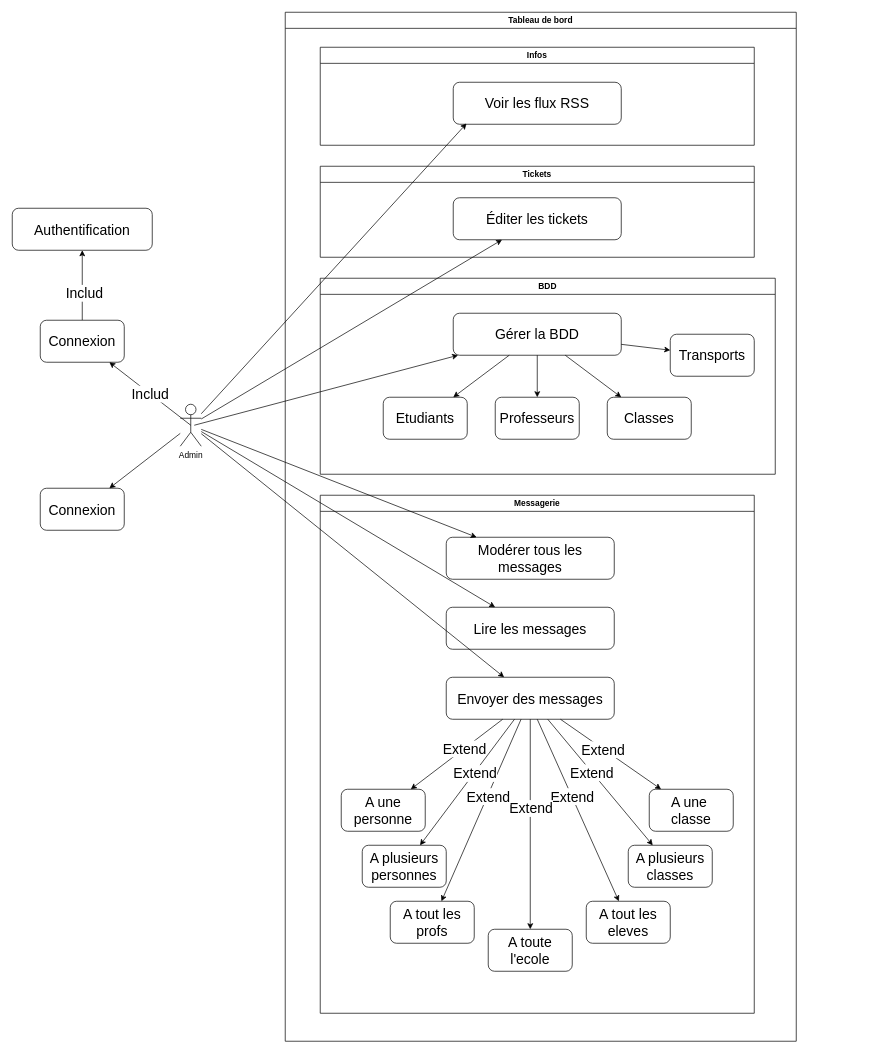
This is DCU_admin.drawio from LePetitMoka/Retards-ecole, a draw.io file, before an edit. Source tidied: cells renumbered, new cells numbered last; positions are measured from the earlier drawing's top-left corner, leaving out a move shared by most shapes. Both pictures are drawn from the tidied source at 70%, with x=0, y=0 at pixel (12, 12).
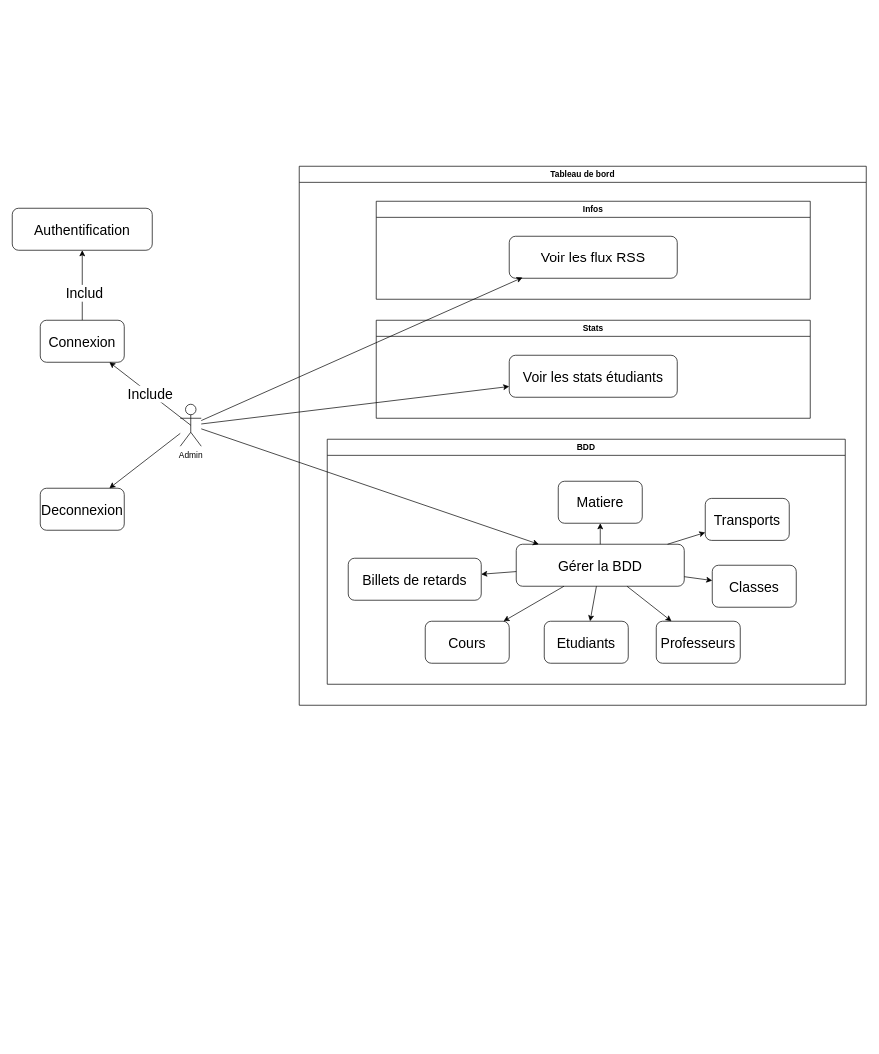
Above is the later version.

Commit message:
Mettre à jour DCU_admin.drawio

The change refers to these unchanged cells:
```xml
<mxCell id="2" value="&lt;div&gt;Admin&lt;/div&gt;" style="shape=umlActor;verticalLabelPosition=bottom;verticalAlign=top;html=1;outlineConnect=0;" parent="1" vertex="1">
  <mxGeometry x="240" y="560" width="30" height="60" as="geometry" />
</mxCell>
<mxCell id="7" style="endArrow=classic;html=1;rounded=0;fontSize=20;exitX=0.5;exitY=0.5;exitDx=0;exitDy=0;exitPerimeter=0;" parent="1" edge="1" source="2" target="5">
  <mxGeometry relative="1" as="geometry" />
</mxCell>
```

What changed in the source:
```diff
@@
-    <mxCell id="8" value="Includ" style="edgeLabel;html=1;align=center;verticalAlign=middle;fontSize=20;" parent="7" vertex="1">
+    <mxCell id="8" value="Include" style="edgeLabel;html=1;align=center;verticalAlign=middle;fontSize=20;" parent="7" vertex="1">
       <mxGeometry relative="1" as="geometry" />
     </mxCell>
-    <mxCell id="9" value="&lt;div align=&quot;justify&quot;&gt;&lt;font style=&quot;font-size: 20px;&quot;&gt;Connexion&lt;/font&gt;&lt;/div&gt;" style="rounded=1;whiteSpace=wrap;html=1;fontSize=20;" parent="1" vertex="1">
+    <mxCell id="9" value="&lt;div align=&quot;justify&quot;&gt;&lt;font style=&quot;font-size: 20px;&quot;&gt;Deconnexion&lt;/font&gt;&lt;/div&gt;" style="rounded=1;whiteSpace=wrap;html=1;fontSize=20;" parent="1" vertex="1">
       <mxGeometry x="40" y="680" width="120" height="60" as="geometry" />
     </mxCell>
@@
     <mxCell id="11" value="Tableau de bord" style="swimlane;" parent="1" vertex="1">
-      <mxGeometry x="390" width="730" height="1470" as="geometry" />
+      <mxGeometry x="410" y="220" width="810" height="770" as="geometry" />
     </mxCell>
     <mxCell id="12" value="Infos" style="swimlane;startSize=23;" parent="11" vertex="1">
-      <mxGeometry x="50" y="50" width="620" height="140" as="geometry" />
+      <mxGeometry x="110" y="50" width="620" height="140" as="geometry" />
     </mxCell>
@@
-    <mxCell id="14" value="Tickets" style="swimlane;" parent="11" vertex="1">
-      <mxGeometry x="50" y="220" width="620" height="130" as="geometry" />
-    </mxCell>
-    <mxCell id="15" value="Éditer les tickets" style="rounded=1;whiteSpace=wrap;html=1;fontSize=20;" parent="14" vertex="1">
-      <mxGeometry x="190" y="45" width="240" height="60" as="geometry" />
-    </mxCell>
     <mxCell id="16" value="BDD" style="swimlane;" parent="11" vertex="1">
-      <mxGeometry x="50" y="380" width="650" height="280" as="geometry" />
+      <mxGeometry x="40" y="390" width="740" height="350" as="geometry" />
     </mxCell>
     <mxCell id="17" value="Gérer la BDD" style="rounded=1;whiteSpace=wrap;html=1;fontSize=20;" parent="16" vertex="1">
-      <mxGeometry x="190" y="50" width="240" height="60" as="geometry" />
+      <mxGeometry x="270" y="150" width="240" height="60" as="geometry" />
     </mxCell>
     <mxCell id="18" value="Etudiants" style="rounded=1;whiteSpace=wrap;html=1;fontSize=20;" parent="16" vertex="1">
-      <mxGeometry x="90" y="170" width="120" height="60" as="geometry" />
+      <mxGeometry x="310" y="260" width="120" height="60" as="geometry" />
     </mxCell>
     <mxCell id="19" value="Professeurs" style="rounded=1;whiteSpace=wrap;html=1;fontSize=20;" parent="16" vertex="1">
-      <mxGeometry x="250" y="170" width="120" height="60" as="geometry" />
+      <mxGeometry x="470" y="260" width="120" height="60" as="geometry" />
     </mxCell>
     <mxCell id="20" value="Classes" style="rounded=1;whiteSpace=wrap;html=1;fontSize=20;" parent="16" vertex="1">
-      <mxGeometry x="410" y="170" width="120" height="60" as="geometry" />
+      <mxGeometry x="550" y="180" width="120" height="60" as="geometry" />
     </mxCell>
@@
     <mxCell id="24" value="Transports" style="rounded=1;whiteSpace=wrap;html=1;fontSize=20;" parent="16" vertex="1">
-      <mxGeometry x="500" y="80" width="120" height="60" as="geometry" />
+      <mxGeometry x="540" y="84.5" width="120" height="60" as="geometry" />
     </mxCell>
@@
-    <mxCell id="26" value="Messagerie" style="swimlane;startSize=23;" parent="11" vertex="1">
-      <mxGeometry x="50" y="690" width="620" height="740" as="geometry" />
-    </mxCell>
-    <mxCell id="27" value="Modérer tous les messages" style="rounded=1;whiteSpace=wrap;html=1;fontSize=20;" parent="26" vertex="1">
-      <mxGeometry x="180" y="60" width="240" height="60" as="geometry" />
-    </mxCell>
-    <mxCell id="28" value="Lire les messages" style="rounded=1;whiteSpace=wrap;html=1;fontSize=20;" parent="26" vertex="1">
-      <mxGeometry x="180" y="160" width="240" height="60" as="geometry" />
-    </mxCell>
-    <mxCell id="29" value="Envoyer des messages" style="rounded=1;whiteSpace=wrap;html=1;fontSize=20;" parent="26" vertex="1">
-      <mxGeometry x="180" y="260" width="240" height="60" as="geometry" />
-    </mxCell>
-    <mxCell id="30" value="A une personne" style="rounded=1;whiteSpace=wrap;html=1;fontSize=20;" parent="26" vertex="1">
-      <mxGeometry x="30" y="420" width="120" height="60" as="geometry" />
-    </mxCell>
-    <mxCell id="31" value="A plusieurs personnes" style="rounded=1;whiteSpace=wrap;html=1;fontSize=20;" parent="26" vertex="1">
-      <mxGeometry x="60" y="500" width="120" height="60" as="geometry" />
-    </mxCell>
-    <mxCell id="32" value="A une&amp;nbsp; classe" style="rounded=1;whiteSpace=wrap;html=1;fontSize=20;" parent="26" vertex="1">
-      <mxGeometry x="470" y="420" width="120" height="60" as="geometry" />
-    </mxCell>
-    <mxCell id="33" value="A plusieurs classes" style="rounded=1;whiteSpace=wrap;html=1;fontSize=20;" parent="26" vertex="1">
-      <mxGeometry x="440" y="500" width="120" height="60" as="geometry" />
-    </mxCell>
-    <mxCell id="34" value="A tout les eleves" style="rounded=1;whiteSpace=wrap;html=1;fontSize=20;" parent="26" vertex="1">
-      <mxGeometry x="380" y="580" width="120" height="60" as="geometry" />
-    </mxCell>
-    <mxCell id="35" value="A toute l'ecole" style="rounded=1;whiteSpace=wrap;html=1;fontSize=20;" parent="26" vertex="1">
-      <mxGeometry x="240" y="620" width="120" height="60" as="geometry" />
-    </mxCell>
-    <mxCell id="36" value="A tout les profs" style="rounded=1;whiteSpace=wrap;html=1;fontSize=20;" parent="26" vertex="1">
-      <mxGeometry x="100" y="580" width="120" height="60" as="geometry" />
-    </mxCell>
-    <mxCell id="37" style="endArrow=classic;html=1;rounded=0;fontSize=20;" parent="26" edge="1" source="29" target="30">
-      <mxGeometry relative="1" as="geometry" />
-    </mxCell>
-    <mxCell id="38" value="&lt;div&gt;Extend&lt;/div&gt;" style="edgeLabel;html=1;align=center;verticalAlign=middle;fontSize=20;" parent="37" vertex="1">
-      <mxGeometry x="-0.16" relative="1" as="geometry" />
-    </mxCell>
-    <mxCell id="39" style="endArrow=classic;html=1;rounded=0;fontSize=20;" parent="26" edge="1" source="29" target="32">
-      <mxGeometry relative="1" as="geometry" />
-    </mxCell>
-    <mxCell id="40" value="&lt;div&gt;Extend&lt;/div&gt;" style="edgeLabel;html=1;align=center;verticalAlign=middle;fontSize=20;" parent="39" vertex="1">
-      <mxGeometry x="-0.16" relative="1" as="geometry" />
-    </mxCell>
-    <mxCell id="41" style="endArrow=classic;html=1;rounded=0;fontSize=20;" parent="26" edge="1" source="29" target="33">
-      <mxGeometry relative="1" as="geometry" />
-    </mxCell>
-    <mxCell id="42" value="&lt;div&gt;Extend&lt;/div&gt;" style="edgeLabel;html=1;align=center;verticalAlign=middle;fontSize=20;" parent="41" vertex="1">
-      <mxGeometry x="-0.16" relative="1" as="geometry" />
-    </mxCell>
-    <mxCell id="43" style="endArrow=classic;html=1;rounded=0;fontSize=20;" parent="26" edge="1" target="34">
-      <mxGeometry relative="1" as="geometry">
-        <mxPoint x="310" y="320" as="sourcePoint" />
-      </mxGeometry>
-    </mxCell>
-    <mxCell id="44" value="&lt;div&gt;Extend&lt;/div&gt;" style="edgeLabel;html=1;align=center;verticalAlign=middle;fontSize=20;" parent="43" vertex="1">
-      <mxGeometry x="-0.16" relative="1" as="geometry" />
-    </mxCell>
-    <mxCell id="45" style="endArrow=classic;html=1;rounded=0;fontSize=20;" parent="26" edge="1" source="29" target="35">
-      <mxGeometry relative="1" as="geometry" />
-    </mxCell>
-    <mxCell id="46" value="&lt;div&gt;Extend&lt;/div&gt;" style="edgeLabel;html=1;align=center;verticalAlign=middle;fontSize=20;" parent="45" vertex="1">
-      <mxGeometry x="-0.16" relative="1" as="geometry" />
-    </mxCell>
-    <mxCell id="47" style="endArrow=classic;html=1;rounded=0;fontSize=20;" parent="26" edge="1" source="29" target="36">
-      <mxGeometry relative="1" as="geometry" />
-    </mxCell>
-    <mxCell id="48" value="&lt;div&gt;Extend&lt;/div&gt;" style="edgeLabel;html=1;align=center;verticalAlign=middle;fontSize=20;" parent="47" vertex="1">
-      <mxGeometry x="-0.16" relative="1" as="geometry" />
-    </mxCell>
-    <mxCell id="49" style="endArrow=classic;html=1;rounded=0;fontSize=20;" parent="26" edge="1" source="29" target="31">
-      <mxGeometry relative="1" as="geometry" />
-    </mxCell>
-    <mxCell id="50" value="&lt;div&gt;Extend&lt;/div&gt;" style="edgeLabel;html=1;align=center;verticalAlign=middle;fontSize=20;" parent="49" vertex="1">
-      <mxGeometry x="-0.16" relative="1" as="geometry" />
-    </mxCell>
+    <mxCell id="57" value="Cours" style="rounded=1;whiteSpace=wrap;html=1;fontSize=20;" parent="16" vertex="1">
+      <mxGeometry x="140" y="260" width="120" height="60" as="geometry" />
+    </mxCell>
+    <mxCell id="58" style="endArrow=classic;html=1;rounded=0;fontSize=20;" parent="16" edge="1" source="17" target="57">
+      <mxGeometry relative="1" as="geometry" />
+    </mxCell>
+    <mxCell id="15" value="Billets de retards" style="rounded=1;whiteSpace=wrap;html=1;fontSize=20;" parent="16" vertex="1">
+      <mxGeometry x="30" y="170" width="190" height="60" as="geometry" />
+    </mxCell>
+    <mxCell id="52" style="endArrow=classic;html=1;rounded=0;fontSize=20;" parent="16" edge="1" source="17" target="15">
+      <mxGeometry relative="1" as="geometry" />
+    </mxCell>
+    <mxCell id="59" value="Matiere" style="rounded=1;whiteSpace=wrap;html=1;fontSize=20;" parent="16" vertex="1">
+      <mxGeometry x="330" y="60" width="120" height="60" as="geometry" />
+    </mxCell>
+    <mxCell id="60" style="endArrow=classic;html=1;rounded=0;fontSize=20;" parent="16" edge="1" source="17" target="59">
+      <mxGeometry relative="1" as="geometry" />
+    </mxCell>
+    <mxCell id="61" value="Stats" style="swimlane;startSize=23;" parent="11" vertex="1">
+      <mxGeometry x="110" y="220" width="620" height="140" as="geometry" />
+    </mxCell>
+    <mxCell id="62" value="&lt;div align=&quot;center&quot;&gt;Voir les stats étudiants&lt;br&gt;&lt;/div&gt;" style="rounded=1;whiteSpace=wrap;html=1;fontSize=20;" parent="61" vertex="1">
+      <mxGeometry x="190" y="50" width="240" height="60" as="geometry" />
+    </mxCell>
@@
-    <mxCell id="52" style="endArrow=classic;html=1;rounded=0;fontSize=20;" parent="1" edge="1" source="2" target="15">
-      <mxGeometry relative="1" as="geometry" />
-    </mxCell>
-    <mxCell id="53" style="endArrow=classic;html=1;rounded=0;fontSize=20;" parent="1" edge="1" target="17">
-      <mxGeometry relative="1" as="geometry">
-        <mxPoint x="260" y="590" as="sourcePoint" />
-      </mxGeometry>
+    <mxCell id="53" style="endArrow=classic;html=1;rounded=0;fontSize=20;" parent="1" edge="1" source="2" target="17">
+      <mxGeometry relative="1" as="geometry" />
     </mxCell>
-    <mxCell id="54" style="endArrow=classic;html=1;rounded=0;fontSize=20;" parent="1" edge="1" source="2" target="27">
-      <mxGeometry relative="1" as="geometry" />
-    </mxCell>
-    <mxCell id="55" style="endArrow=classic;html=1;rounded=0;fontSize=20;" parent="1" edge="1" source="2" target="28">
-      <mxGeometry relative="1" as="geometry" />
-    </mxCell>
-    <mxCell id="56" style="endArrow=classic;html=1;rounded=0;fontSize=20;" parent="1" edge="1" source="2" target="29">
-      <mxGeometry relative="1" as="geometry" />
-    </mxCell>
+    <mxCell id="63" style="endArrow=classic;html=1;rounded=0;fontSize=20;" parent="1" edge="1" source="2" target="62">
+      <mxGeometry relative="1" as="geometry" />
+    </mxCell>
```
